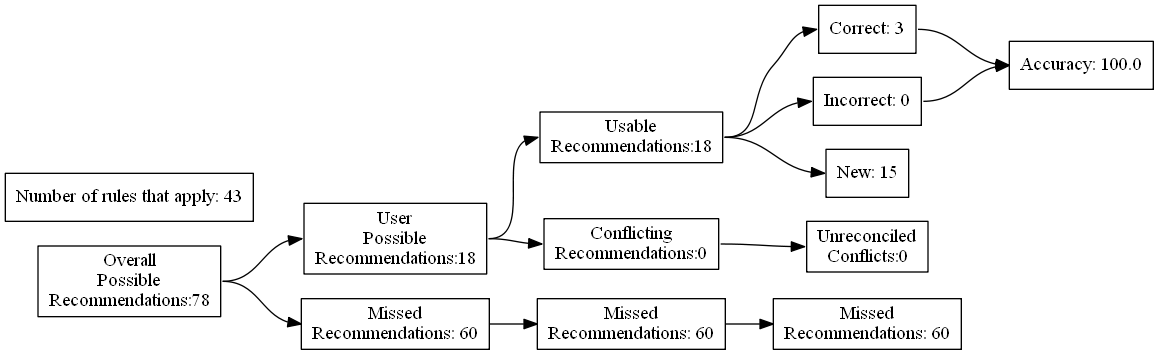
The Graphviz diagram test_renders/19.gv.png in ZaxR/ibd_diet_analysis, before a commit. Its source is kept beside it as test_renders/19.gv.
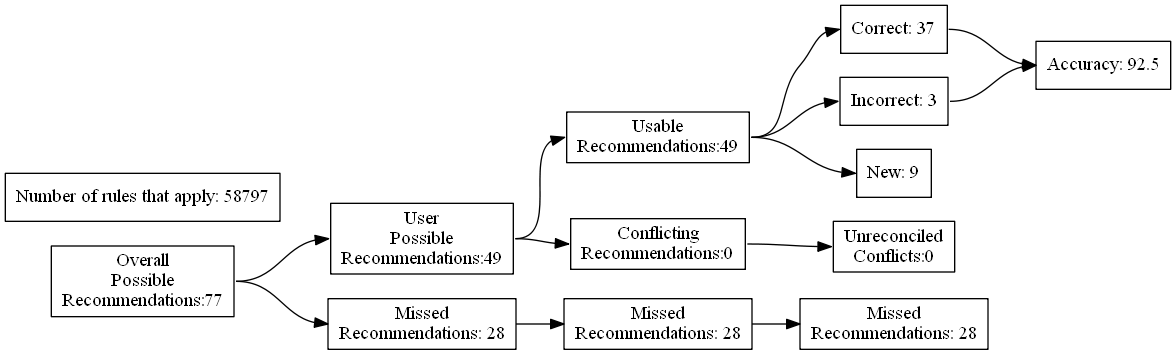
The same file after the commit.

Change to the diagram source:
```diff
@@ -4,27 +4,27 @@
 	edge [headport=w tailport=e]
 		A [label="Overall
 Possible
-Recommendations:78"]
+Recommendations:77"]
 		B [label="User
 Possible
-Recommendations:18"]
+Recommendations:49"]
 		C [label="Missed
-Recommendations: 60"]
+Recommendations: 28"]
 		D [label="Usable
-Recommendations:18"]
+Recommendations:49"]
 		E [label="Conflicting
 Recommendations:0"]
 		J [label="Missed
-Recommendations: 60"]
+Recommendations: 28"]
 		M [label="Unreconciled
 Conflicts:0"]
-		F [label="Correct: 3"]
-		G [label="Incorrect: 0"]
-		H [label="New: 15"]
+		F [label="Correct: 37"]
+		G [label="Incorrect: 3"]
+		H [label="New: 9"]
 		K [label="Missed
-Recommendations: 60"]
-		I [label="Accuracy: 100.0"]
-		l [label="Number of rules that apply: 43"]
+Recommendations: 28"]
+		I [label="Accuracy: 92.5"]
+		l [label="Number of rules that apply: 58797"]
 			A -> B
 			A -> C
 			B -> D
```
